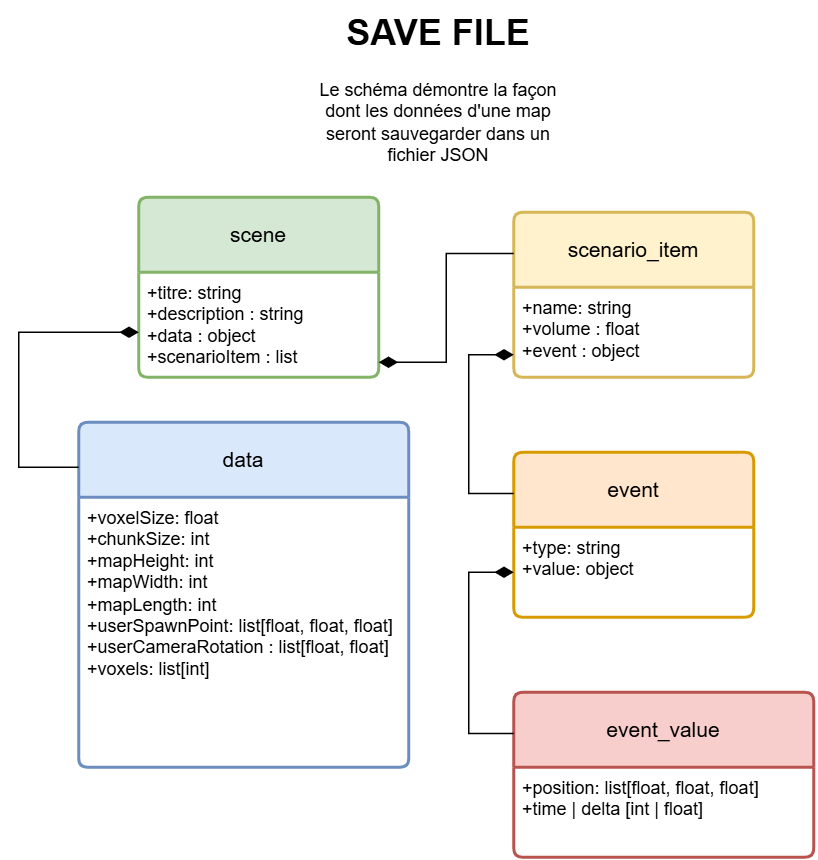
Before: doc/UML/jpeg_format/uml_save_file.png, a diagram exported from draw.io (Cemecla/Acoustic-Tracing). Source tidied: cells renumbered, new cells last; positions are measured from the earlier drawing's top-left corner, leaving out a move shared by most shapes.
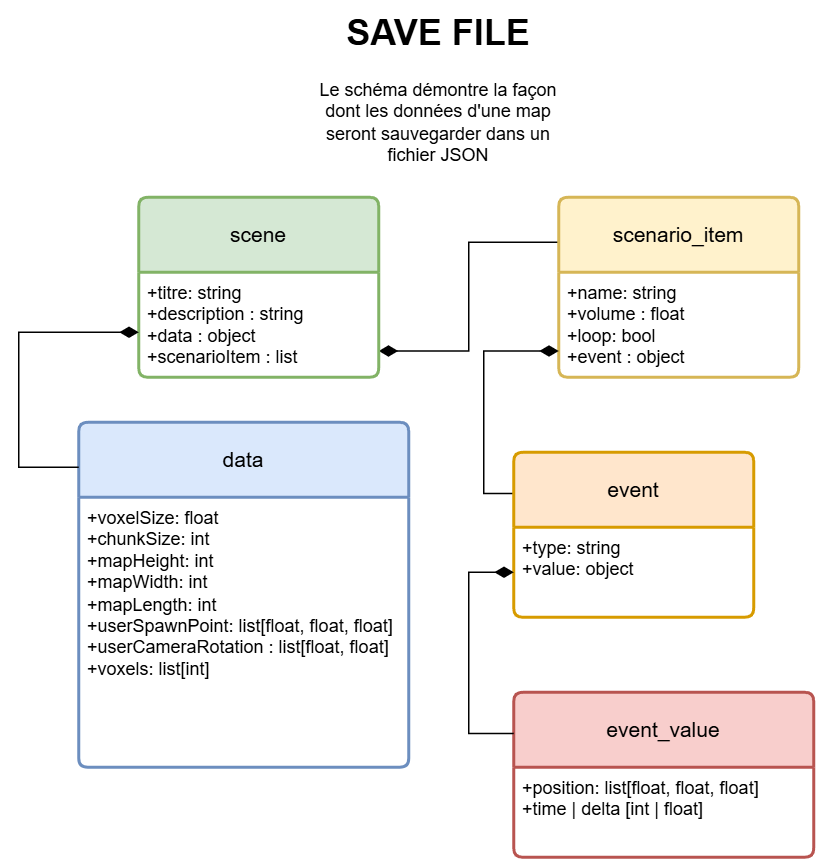
Later version of the same file.

Diff of the diagram source:
```diff
@@ -8,12 +8,18 @@
     <mxCell id="3" value="+voxelSize: float&lt;br&gt;+chunkSize: int&lt;br&gt;+mapHeight: int&lt;div&gt;+mapWidth: int&lt;/div&gt;&lt;div&gt;+mapLength: int&lt;/div&gt;&lt;div&gt;+userSpawnPoint: list[float, float, float]&lt;/div&gt;&lt;div&gt;+userCameraRotation : list[float, float]&lt;/div&gt;&lt;div&gt;+voxels: list[int]&lt;/div&gt;" style="align=left;strokeColor=none;fillColor=none;spacingLeft=4;spacingRight=4;fontSize=12;verticalAlign=top;html=1;whiteSpace=wrap;" parent="2" vertex="1">
       <mxGeometry y="50" width="220" height="180" as="geometry" />
     </mxCell>
+    <mxCell id="17" style="edgeStyle=orthogonalEdgeStyle;rounded=0;jettySize=auto;html=1;exitX=0;exitY=0.25;exitDx=0;exitDy=0;entryX=1;entryY=0.75;entryDx=0;entryDy=0;endArrow=diamondThin;endFill=1;endSize=10;startSize=10;" parent="1" edge="1" source="4" target="11">
+      <mxGeometry relative="1" as="geometry" />
+    </mxCell>
     <mxCell id="4" value="scenario_item" style="swimlane;horizontal=1;startSize=50;rounded=1;fontSize=14;fontStyle=0;strokeWidth=2;shadow=0;dashed=0;align=center;arcSize=4;whiteSpace=wrap;html=1;fillColor=#fff2cc;strokeColor=#d6b656;" parent="1" vertex="1">
-      <mxGeometry x="330" y="140" width="160" height="110" as="geometry" />
+      <mxGeometry x="360" y="130" width="160" height="120" as="geometry" />
     </mxCell>
-    <mxCell id="5" value="+name: string&lt;div&gt;+volume : float&lt;br&gt;+event : object&lt;/div&gt;" style="align=left;strokeColor=none;fillColor=none;spacingLeft=4;spacingRight=4;fontSize=12;verticalAlign=top;html=1;whiteSpace=wrap;" parent="4" vertex="1">
-      <mxGeometry y="50" width="160" height="60" as="geometry" />
+    <mxCell id="5" value="+name: string&lt;div&gt;+volume : float&lt;/div&gt;&lt;div&gt;+loop: bool&lt;br&gt;+event : object&lt;/div&gt;" style="align=left;strokeColor=none;fillColor=none;spacingLeft=4;spacingRight=4;fontSize=12;verticalAlign=top;html=1;whiteSpace=wrap;" parent="4" vertex="1">
+      <mxGeometry y="50" width="160" height="70" as="geometry" />
     </mxCell>
+    <mxCell id="18" style="edgeStyle=orthogonalEdgeStyle;rounded=0;jettySize=auto;html=1;exitX=0;exitY=0.25;exitDx=0;exitDy=0;entryX=0;entryY=0.75;entryDx=0;entryDy=0;endArrow=diamondThin;endFill=1;strokeWidth=1;endSize=10;" parent="1" edge="1" source="6" target="5">
+      <mxGeometry relative="1" as="geometry" />
+    </mxCell>
     <mxCell id="6" value="event" style="swimlane;horizontal=1;startSize=50;rounded=1;fontSize=14;fontStyle=0;strokeWidth=2;shadow=0;dashed=0;align=center;arcSize=4;whiteSpace=wrap;html=1;fillColor=#ffe6cc;strokeColor=#d79b00;" parent="1" vertex="1">
       <mxGeometry x="330" y="300" width="160" height="110" as="geometry" />
     </mxCell>
@@ -43,24 +49,6 @@
         </Array>
       </mxGeometry>
     </mxCell>
-    <mxCell id="13" style="edgeStyle=orthogonalEdgeStyle;rounded=0;jettySize=auto;html=1;entryX=0;entryY=0.25;entryDx=0;entryDy=0;startArrow=diamondThin;startFill=1;endArrow=none;startSize=10;" parent="1" edge="1" target="4">
-      <mxGeometry relative="1" as="geometry">
-        <mxPoint x="240" y="240" as="sourcePoint" />
-        <Array as="points">
-          <mxPoint x="240" y="240" />
-          <mxPoint x="285" y="240" />
-          <mxPoint x="285" y="168" />
-        </Array>
-      </mxGeometry>
-    </mxCell>
-    <mxCell id="14" style="edgeStyle=orthogonalEdgeStyle;rounded=0;jettySize=auto;html=1;exitX=0;exitY=0.75;exitDx=0;exitDy=0;entryX=0;entryY=0.25;entryDx=0;entryDy=0;endArrow=none;startFill=1;startArrow=diamondThin;endSize=5;startSize=10;" parent="1" edge="1" source="5" target="6">
-      <mxGeometry relative="1" as="geometry">
-        <Array as="points">
-          <mxPoint x="300" y="235" />
-          <mxPoint x="300" y="328" />
-        </Array>
-      </mxGeometry>
-    </mxCell>
     <mxCell id="15" style="edgeStyle=orthogonalEdgeStyle;rounded=0;jettySize=auto;html=1;exitX=0;exitY=0.5;exitDx=0;exitDy=0;entryX=0;entryY=0.25;entryDx=0;entryDy=0;endArrow=none;startFill=1;startArrow=diamondThin;startSize=10;" parent="1" edge="1" source="7" target="8">
       <mxGeometry relative="1" as="geometry">
         <Array as="points">
```
